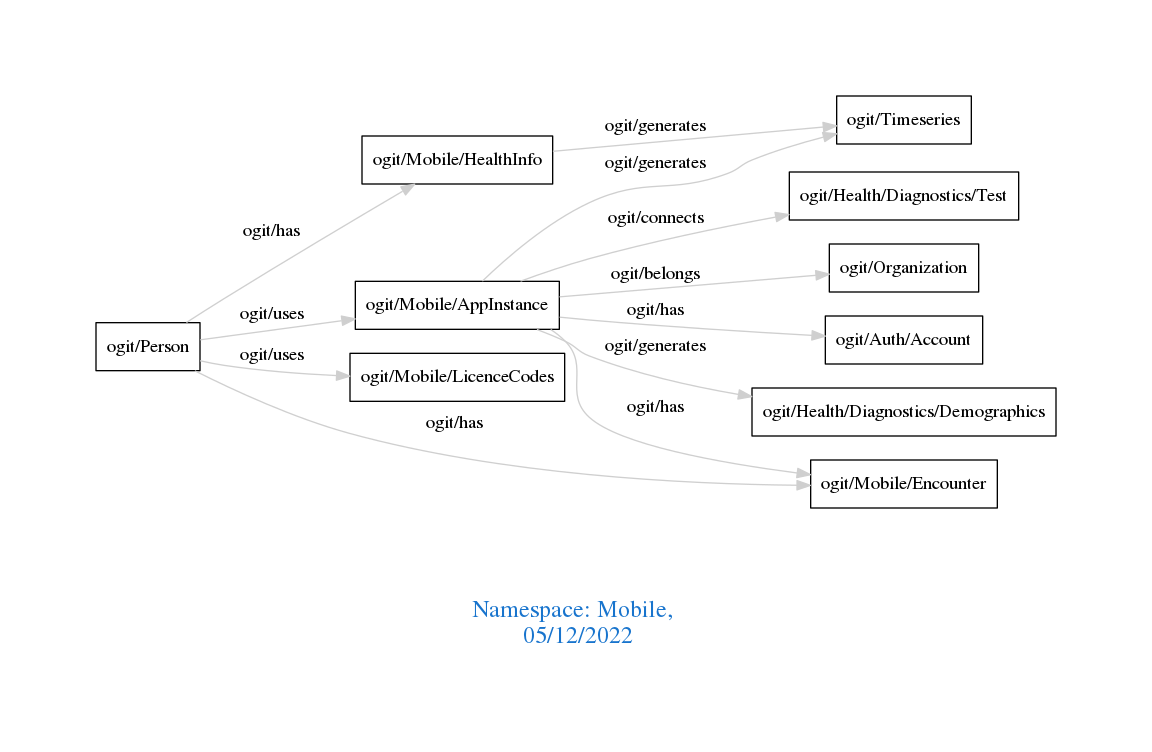
Earlier version of the Graphviz export downloads/Mobile.png (arago/OGIT). Its source is kept beside it as downloads/Mobile.dot.
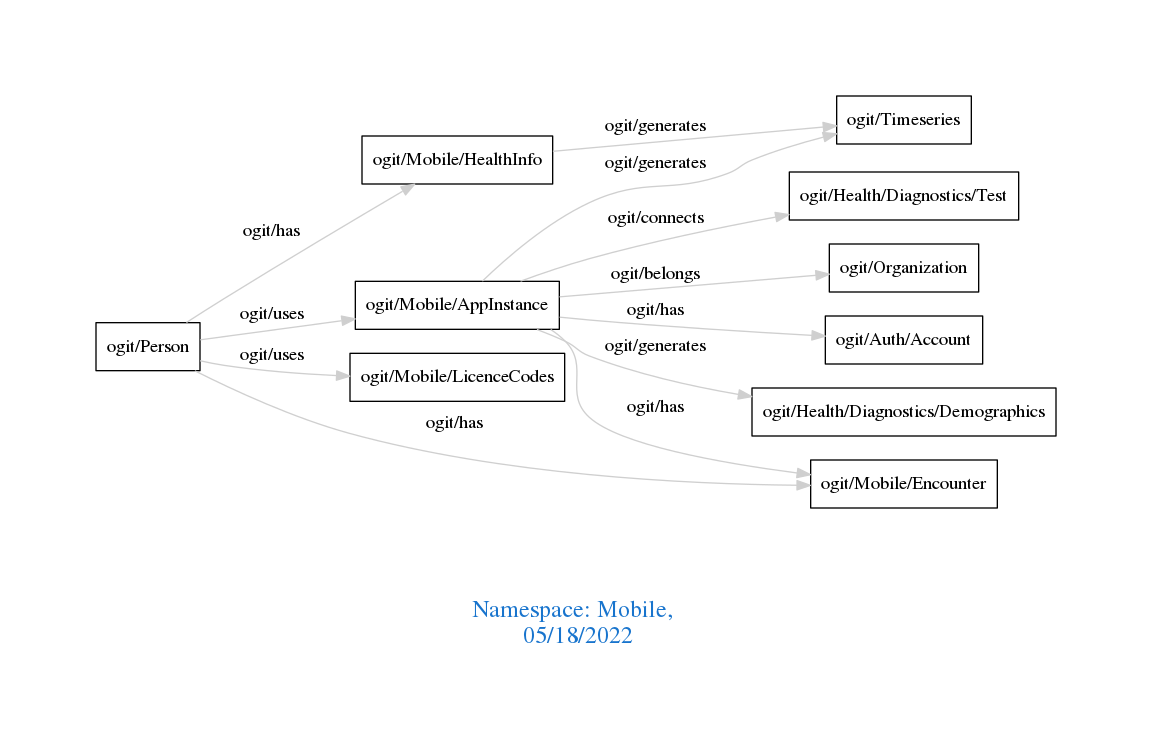
After the commit.

Diff of the diagram source:
```diff
@@ -1,7 +1,7 @@
 digraph OGIT_ontology {
  graph [ rankdir= LR,pad=1
 fontsize = 18,
-fontcolor= dodgerblue3,label = "\n\n\nNamespace: Mobile, \n 05/12/2022"];
+fontcolor= dodgerblue3,label = "\n\n\nNamespace: Mobile, \n 05/18/2022"];
 node[shape=polygon];
 edge [  color="gray81"];
 
```
